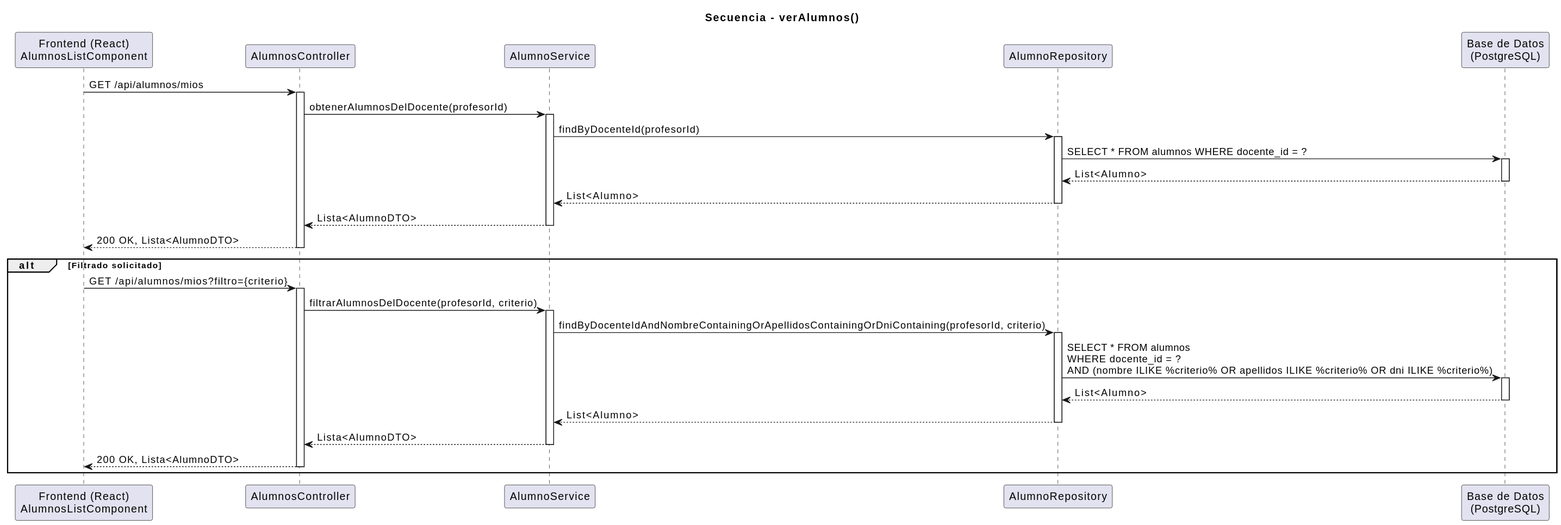
Earlier version of the PlantUML export images/diseño/verAlumnos/secuencia.svg (martinlopez7/25-26-idsw2-sdVC).
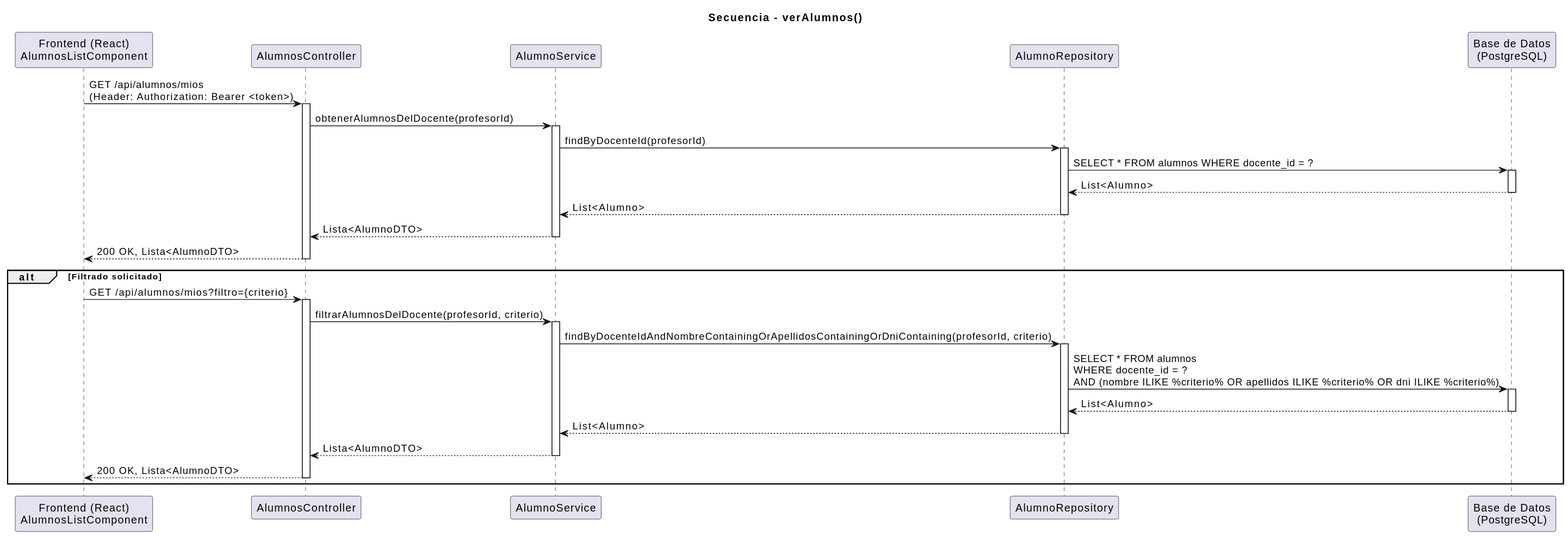
After the commit.

Commit message:
fix: adicion de validacion de token en el diseño de verAlumnos

The edit, as a diff of the source:
```diff
@@ -7,7 +7,7 @@
 participant "AlumnoRepository" as repository
 participant "Base de Datos\n(PostgreSQL)" as db
 
-view -> controller : GET /api/alumnos/mios
+view -> controller : GET /api/alumnos/mios\n(Header: Authorization: Bearer <token>)
 activate controller
 
 controller -> service : obtenerAlumnosDelDocente(profesorId)
```
